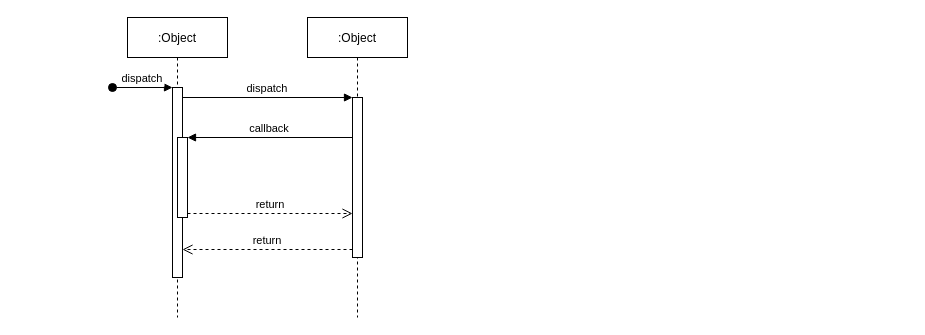
Above: GetWebAccountList.drawio in yi2003/diagram (draw.io), before the change. Source tidied: cells renumbered, new cells numbered last; positions are measured from the earlier drawing's top-left corner, leaving out a move shared by most shapes. Both pictures are drawn from the tidied source at 100%, with x=0, y=0 at pixel (112, 17).
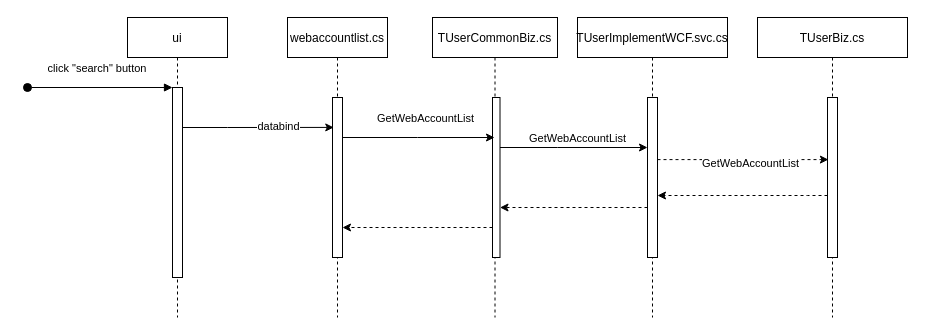
After the change.

Unchanged cells that the change refers to:
```xml
<mxCell id="3" style="points=[];perimeter=orthogonalPerimeter;rounded=0;shadow=0;strokeWidth=1;" parent="2" vertex="1">
  <mxGeometry x="45" y="70" width="10" height="190" as="geometry" />
</mxCell>
<mxCell id="7" style="points=[];perimeter=orthogonalPerimeter;rounded=0;shadow=0;strokeWidth=1;" parent="6" vertex="1">
  <mxGeometry x="45" y="80" width="10" height="160" as="geometry" />
</mxCell>
```

Diff of the diagram source:
```diff
@@
-    <mxCell id="2" value=":Object" style="shape=umlLifeline;perimeter=lifelinePerimeter;rounded=0;shadow=0;strokeWidth=1;" parent="1" vertex="1">
+    <mxCell id="2" value="ui" style="shape=umlLifeline;perimeter=lifelinePerimeter;rounded=0;shadow=0;strokeWidth=1;" parent="1" vertex="1">
       <mxGeometry x="15" width="100" height="300" as="geometry" />
     </mxCell>
@@
-    <mxCell id="4" value="dispatch" style="verticalAlign=bottom;startArrow=oval;endArrow=block;startSize=8;shadow=0;strokeWidth=1;" parent="2" edge="1" target="3">
-      <mxGeometry relative="1" as="geometry">
-        <mxPoint x="-15" y="70" as="sourcePoint" />
+    <mxCell id="4" value="click &quot;search&quot; button" style="verticalAlign=bottom;startArrow=oval;endArrow=block;startSize=8;shadow=0;strokeWidth=1;" parent="2" edge="1" target="3">
+      <mxGeometry x="-0.03" y="10" relative="1" as="geometry">
+        <mxPoint x="-100" y="70" as="sourcePoint" />
       </mxGeometry>
     </mxCell>
-    <mxCell id="5" style="points=[];perimeter=orthogonalPerimeter;rounded=0;shadow=0;strokeWidth=1;" parent="2" vertex="1">
-      <mxGeometry x="50" y="120" width="10" height="80" as="geometry" />
-    </mxCell>
-    <mxCell id="6" value=":Object" style="shape=umlLifeline;perimeter=lifelinePerimeter;rounded=0;shadow=0;strokeWidth=1;" parent="1" vertex="1">
-      <mxGeometry x="195" width="100" height="300" as="geometry" />
+    <mxCell id="6" value="webaccountlist.cs" style="shape=umlLifeline;perimeter=lifelinePerimeter;rounded=0;shadow=0;strokeWidth=1;" parent="1" vertex="1">
+      <mxGeometry x="175" width="100" height="300" as="geometry" />
     </mxCell>
@@
-    <mxCell id="8" value="return" style="verticalAlign=bottom;endArrow=open;dashed=1;endSize=8;exitX=0;exitY=0.95;shadow=0;strokeWidth=1;" parent="1" edge="1" source="7" target="3">
-      <mxGeometry relative="1" as="geometry" />
-    </mxCell>
-    <mxCell id="9" value="dispatch" style="verticalAlign=bottom;endArrow=block;entryX=0;entryY=0;shadow=0;strokeWidth=1;" parent="1" edge="1" source="3" target="7">
-      <mxGeometry relative="1" as="geometry" />
+    <mxCell id="9" style="edgeStyle=orthogonalEdgeStyle;rounded=0;jettySize=auto;html=1;entryX=0.126;entryY=0.187;entryDx=0;entryDy=0;entryPerimeter=0;" parent="1" edge="1" source="3" target="7">
+      <mxGeometry relative="1" as="geometry">
+        <Array as="points">
+          <mxPoint x="115" y="110" />
+          <mxPoint x="115" y="110" />
+        </Array>
+      </mxGeometry>
     </mxCell>
-    <mxCell id="10" value="callback" style="verticalAlign=bottom;endArrow=block;entryX=1;entryY=0;shadow=0;strokeWidth=1;" parent="1" edge="1" source="7" target="5">
-      <mxGeometry relative="1" as="geometry" />
-    </mxCell>
-    <mxCell id="11" value="return" style="verticalAlign=bottom;endArrow=open;dashed=1;endSize=8;exitX=1;exitY=0.95;shadow=0;strokeWidth=1;" parent="1" edge="1" source="5" target="7">
-      <mxGeometry relative="1" as="geometry" />
-    </mxCell>
+    <mxCell id="12" value="databind" style="edgeLabel;html=1;align=center;verticalAlign=middle;" parent="9" vertex="1">
+      <mxGeometry x="0.27" y="1" relative="1" as="geometry" />
+    </mxCell>
+    <mxCell id="13" value="TUserCommonBiz.cs" style="shape=umlLifeline;perimeter=lifelinePerimeter;rounded=0;shadow=0;strokeWidth=1;" parent="1" vertex="1">
+      <mxGeometry x="320" width="125" height="300" as="geometry" />
+    </mxCell>
+    <mxCell id="14" style="points=[];perimeter=orthogonalPerimeter;rounded=0;shadow=0;strokeWidth=1;" parent="13" vertex="1">
+      <mxGeometry x="60" y="80" width="7.5" height="160" as="geometry" />
+    </mxCell>
+    <mxCell id="15" style="edgeStyle=orthogonalEdgeStyle;rounded=0;jettySize=auto;html=1;" parent="1" edge="1" source="7" target="13">
+      <mxGeometry relative="1" as="geometry">
+        <Array as="points">
+          <mxPoint x="305" y="120" />
+          <mxPoint x="305" y="120" />
+        </Array>
+      </mxGeometry>
+    </mxCell>
+    <mxCell id="16" value="GetWebAccountList" style="edgeLabel;html=1;align=center;verticalAlign=middle;" parent="15" vertex="1">
+      <mxGeometry x="0.18" y="2" relative="1" as="geometry">
+        <mxPoint x="-8" y="-18" as="offset" />
+      </mxGeometry>
+    </mxCell>
+    <mxCell id="17" value="TUserImplementWCF.svc.cs" style="shape=umlLifeline;perimeter=lifelinePerimeter;rounded=0;shadow=0;strokeWidth=1;" parent="1" vertex="1">
+      <mxGeometry x="465" width="150" height="300" as="geometry" />
+    </mxCell>
+    <mxCell id="18" style="points=[];perimeter=orthogonalPerimeter;rounded=0;shadow=0;strokeWidth=1;" parent="17" vertex="1">
+      <mxGeometry x="70" y="80" width="10" height="160" as="geometry" />
+    </mxCell>
+    <mxCell id="19" style="edgeStyle=orthogonalEdgeStyle;rounded=0;jettySize=auto;html=1;" parent="1" edge="1" source="14" target="18">
+      <mxGeometry relative="1" as="geometry">
+        <Array as="points">
+          <mxPoint x="445" y="130" />
+          <mxPoint x="445" y="130" />
+        </Array>
+      </mxGeometry>
+    </mxCell>
+    <mxCell id="20" value="GetWebAccountList" style="edgeLabel;html=1;align=center;verticalAlign=middle;" parent="19" vertex="1">
+      <mxGeometry x="0.09" y="2" relative="1" as="geometry">
+        <mxPoint x="-3" y="-8" as="offset" />
+      </mxGeometry>
+    </mxCell>
+    <mxCell id="21" style="edgeStyle=orthogonalEdgeStyle;rounded=0;jettySize=auto;html=1;dashed=1;" parent="1" edge="1" source="18" target="14">
+      <mxGeometry relative="1" as="geometry">
+        <Array as="points">
+          <mxPoint x="465" y="190" />
+          <mxPoint x="465" y="190" />
+        </Array>
+      </mxGeometry>
+    </mxCell>
+    <mxCell id="22" style="edgeStyle=orthogonalEdgeStyle;rounded=0;jettySize=auto;html=1;dashed=1;" parent="1" edge="1" source="14" target="7">
+      <mxGeometry relative="1" as="geometry">
+        <Array as="points">
+          <mxPoint x="305" y="210" />
+          <mxPoint x="305" y="210" />
+        </Array>
+      </mxGeometry>
+    </mxCell>
+    <mxCell id="23" value="TUserBiz.cs" style="shape=umlLifeline;perimeter=lifelinePerimeter;rounded=0;shadow=0;strokeWidth=1;" parent="1" vertex="1">
+      <mxGeometry x="645" width="150" height="300" as="geometry" />
+    </mxCell>
+    <mxCell id="24" style="perimeter=orthogonalPerimeter;rounded=0;shadow=0;strokeWidth=1;" parent="23" vertex="1">
+      <mxGeometry x="70" y="80" width="10" height="160" as="geometry" />
+    </mxCell>
+    <mxCell id="25" style="edgeStyle=orthogonalEdgeStyle;rounded=0;orthogonalLoop=1;jettySize=auto;html=1;dashed=1;entryX=0.093;entryY=0.432;entryDx=0;entryDy=0;entryPerimeter=0;" parent="1" edge="1">
+      <mxGeometry relative="1" as="geometry">
+        <mxPoint x="545" y="142.1" as="sourcePoint" />
+        <mxPoint x="715.9" y="142.1" as="targetPoint" />
+        <Array as="points">
+          <mxPoint x="575" y="143" />
+        </Array>
+      </mxGeometry>
+    </mxCell>
+    <mxCell id="26" value="GetWebAccountList" style="edgeLabel;html=1;align=center;verticalAlign=middle;" parent="25" vertex="1">
+      <mxGeometry x="0.08" y="-3" relative="1" as="geometry" />
+    </mxCell>
+    <mxCell id="27" style="edgeStyle=orthogonalEdgeStyle;rounded=0;orthogonalLoop=1;jettySize=auto;html=1;dashed=1;" parent="1" edge="1">
+      <mxGeometry relative="1" as="geometry">
+        <mxPoint x="715" y="178" as="sourcePoint" />
+        <mxPoint x="545" y="178" as="targetPoint" />
+        <Array as="points">
+          <mxPoint x="695" y="178" />
+          <mxPoint x="695" y="178" />
+        </Array>
+      </mxGeometry>
+    </mxCell>
```
